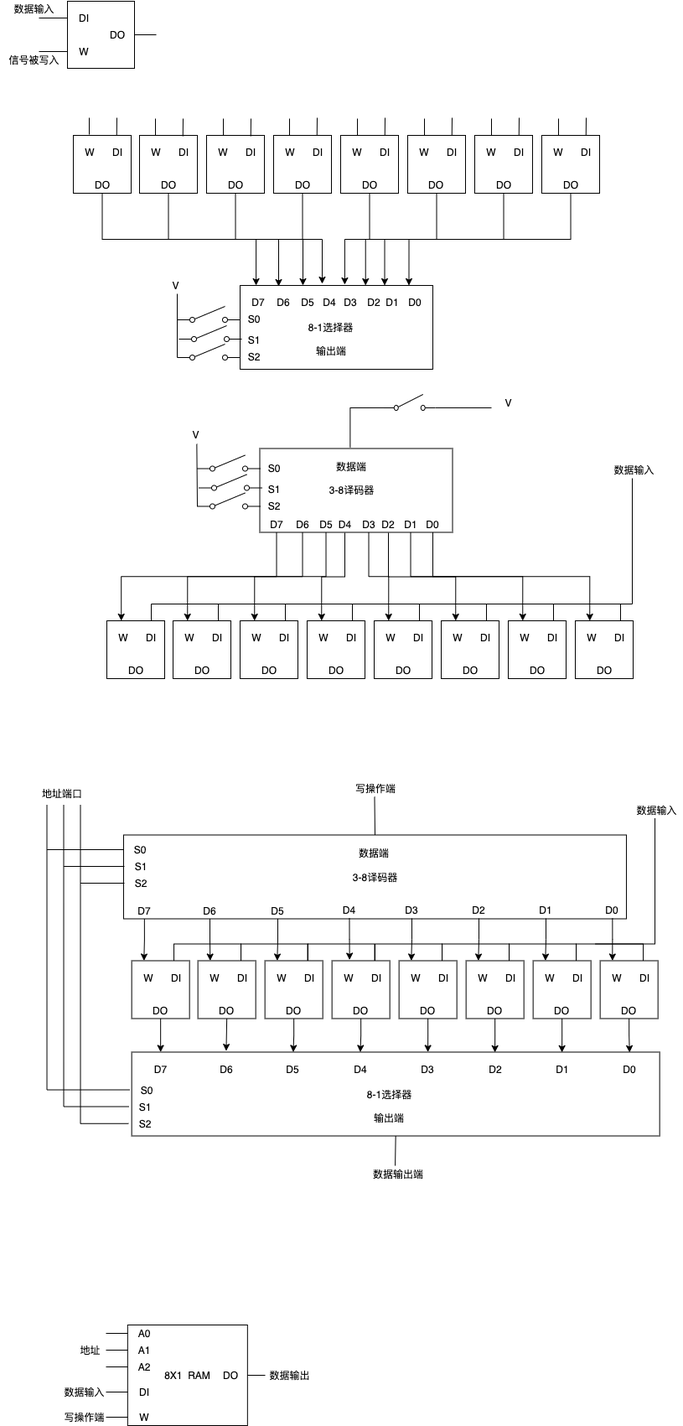
Above: meng1.png in ZhaoLeBoy/my_pics (draw.io), before the change. Source tidied: cells renumbered, new cells last; positions are measured from the earlier drawing's top-left corner, leaving out a move shared by most shapes.
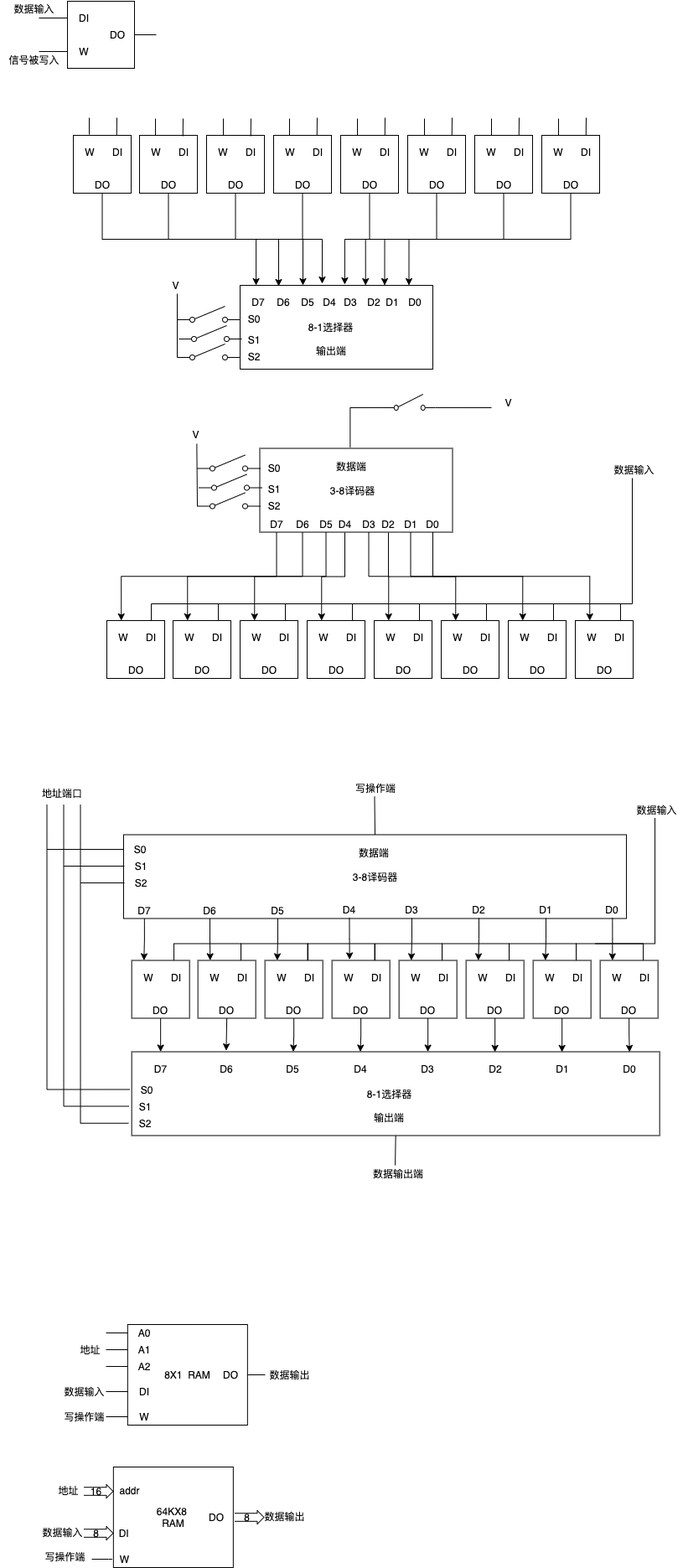
After the commit.

Change to the diagram source:
```diff
@@ -921,5 +921,59 @@
     <mxCell id="272" value="数据输出" style="text;html=1;align=center;verticalAlign=middle;" parent="1" vertex="1">
       <mxGeometry x="315" y="1630" width="60" height="20" as="geometry" />
     </mxCell>
+    <mxCell id="273" value="64KX8 &lt;br&gt;RAM" style="rounded=0;whiteSpace=wrap;html=1;" parent="1" vertex="1">
+      <mxGeometry x="134.8" y="1750" width="143" height="120" as="geometry" />
+    </mxCell>
+    <mxCell id="274" style="edgeStyle=orthogonalEdgeStyle;rounded=0;jettySize=auto;html=1;endArrow=none;endFill=0;" parent="1" edge="1" source="275">
+      <mxGeometry relative="1" as="geometry">
+        <mxPoint x="109" y="1860" as="targetPoint" />
+        <Array as="points">
+          <mxPoint x="129" y="1860" />
+          <mxPoint x="129" y="1860" />
+        </Array>
+      </mxGeometry>
+    </mxCell>
+    <mxCell id="275" value="&amp;nbsp; W" style="text;html=1;strokeColor=none;fillColor=none;align=left;verticalAlign=middle;whiteSpace=wrap;rounded=0;" parent="1" vertex="1">
+      <mxGeometry x="133.5" y="1850" width="40" height="20" as="geometry" />
+    </mxCell>
+    <mxCell id="276" value="DO" style="text;html=1;strokeColor=none;fillColor=none;align=center;verticalAlign=middle;whiteSpace=wrap;rounded=0;" parent="1" vertex="1">
+      <mxGeometry x="237.5" y="1800" width="40" height="20" as="geometry" />
+    </mxCell>
+    <mxCell id="277" value="&amp;nbsp;DI" style="text;html=1;strokeColor=none;fillColor=none;align=center;verticalAlign=middle;whiteSpace=wrap;rounded=0;" parent="1" vertex="1">
+      <mxGeometry x="126" y="1819" width="40" height="20" as="geometry" />
+    </mxCell>
+    <mxCell id="278" value="数据输入" style="text;html=1;align=center;verticalAlign=middle;" parent="1" vertex="1">
+      <mxGeometry x="44" y="1818" width="60" height="20" as="geometry" />
+    </mxCell>
+    <mxCell id="279" value="写操作端" style="text;html=1;align=center;verticalAlign=middle;" parent="1" vertex="1">
+      <mxGeometry x="47" y="1846.5" width="60" height="20" as="geometry" />
+    </mxCell>
+    <mxCell id="280" value="地址" style="text;html=1;align=center;verticalAlign=middle;" parent="1" vertex="1">
+      <mxGeometry x="61" y="1767.5" width="40" height="20" as="geometry" />
+    </mxCell>
+    <mxCell id="281" value="数据输出" style="text;html=1;align=center;verticalAlign=middle;" parent="1" vertex="1">
+      <mxGeometry x="309" y="1799" width="60" height="20" as="geometry" />
+    </mxCell>
+    <mxCell id="282" style="verticalLabelPosition=bottom;shadow=0;dashed=0;align=center;html=1;verticalAlign=top;shape=mxgraph.electrical.transmission.straightBus;rotation=-90;" parent="1" vertex="1">
+      <mxGeometry x="109" y="1761.5" width="16" height="35" as="geometry" />
+    </mxCell>
+    <mxCell id="283" value="16" style="text;strokeColor=none;fillColor=none;html=1;fontSize=4;fontStyle=0;verticalAlign=middle;align=center;" parent="1" vertex="1">
+      <mxGeometry x="106" y="1774" width="16" height="10" as="geometry" />
+    </mxCell>
+    <mxCell id="284" value="addr" style="text;strokeColor=none;fillColor=none;html=1;fontSize=4;fontStyle=0;verticalAlign=middle;align=center;" parent="1" vertex="1">
+      <mxGeometry x="141" y="1765" width="25" height="25" as="geometry" />
+    </mxCell>
+    <mxCell id="285" style="verticalLabelPosition=bottom;shadow=0;dashed=0;align=center;html=1;verticalAlign=top;shape=mxgraph.electrical.transmission.straightBus;rotation=-90;" parent="1" vertex="1">
+      <mxGeometry x="109" y="1811.5" width="16" height="35" as="geometry" />
+    </mxCell>
+    <mxCell id="286" value="8" style="text;strokeColor=none;fillColor=none;html=1;fontSize=4;fontStyle=0;verticalAlign=middle;align=center;" parent="1" vertex="1">
+      <mxGeometry x="106" y="1824" width="16" height="10" as="geometry" />
+    </mxCell>
+    <mxCell id="287" style="verticalLabelPosition=bottom;shadow=0;dashed=0;align=center;html=1;verticalAlign=top;shape=mxgraph.electrical.transmission.straightBus;rotation=-90;" parent="1" vertex="1">
+      <mxGeometry x="289" y="1792.5" width="16" height="35" as="geometry" />
+    </mxCell>
+    <mxCell id="288" value="8" style="text;strokeColor=none;fillColor=none;html=1;fontSize=4;fontStyle=0;verticalAlign=middle;align=center;" parent="1" vertex="1">
+      <mxGeometry x="286" y="1805" width="16" height="10" as="geometry" />
+    </mxCell>
   </root>
 </mxGraphModel>
```
